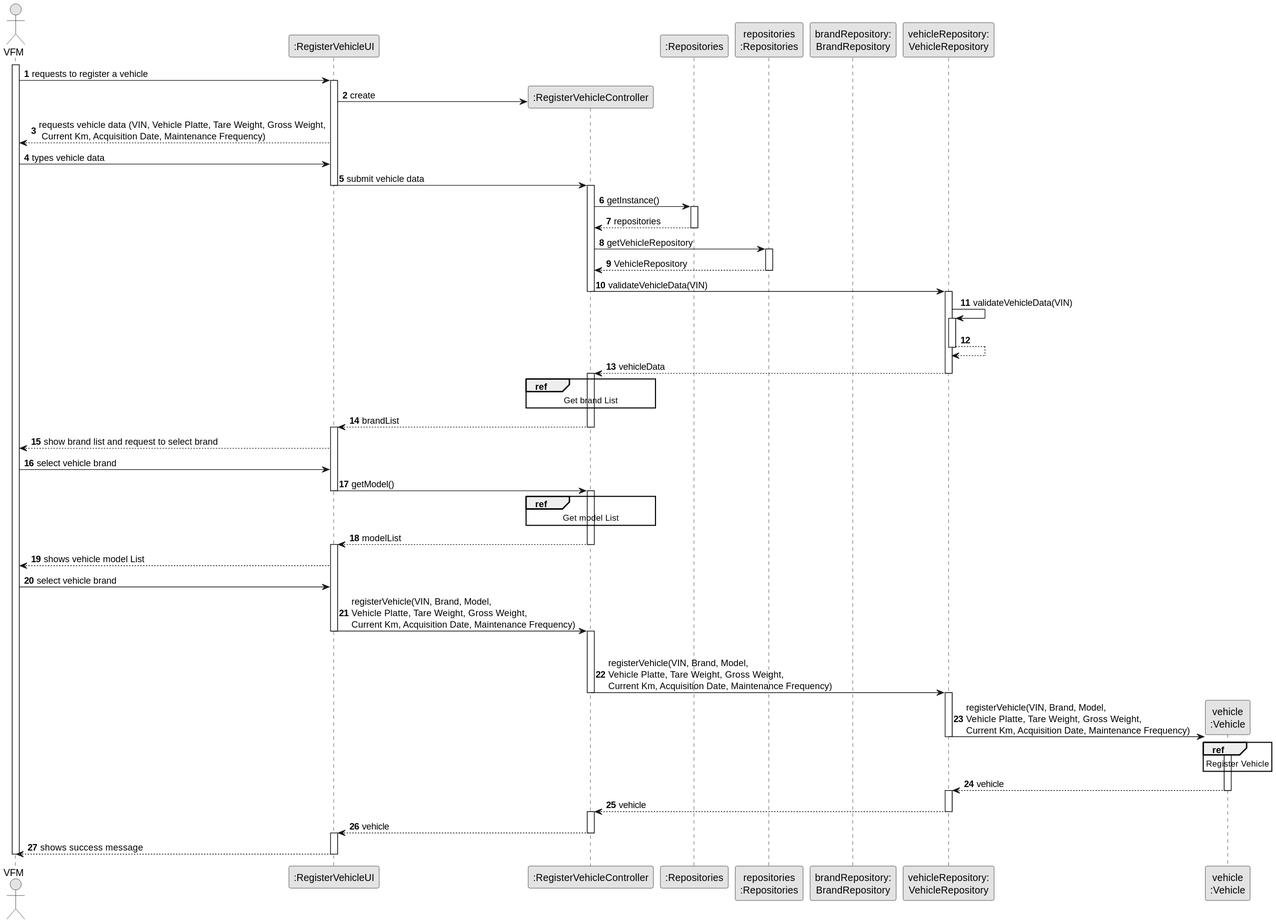
Earlier version of the PlantUML export docs/sprintB/us006/03.design/svg/us006-sequence-diagram-split.svg (ricardomm7/leaflink).
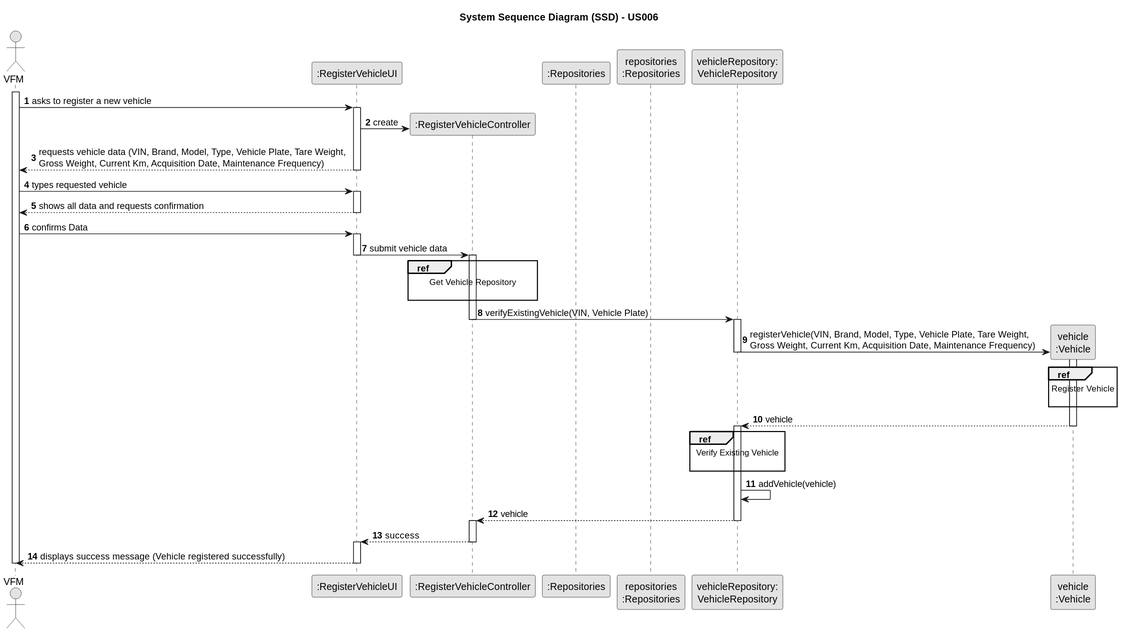
Above is the later version.

Change to the diagram source:
```diff
@@ -3,6 +3,7 @@
 skinparam packageStyle rectangle
 skinparam shadowing false
 
+title System Sequence Diagram (SSD) - US006
 
 autonumber
 
@@ -11,122 +12,77 @@
 participant ":RegisterVehicleController" as CTRL
 participant ":Repositories" as RepositorySingleton
 participant "repositories\n:Repositories" as PLAT
-participant "brandRepository:\nBrandRepository" as BrandRepository
 participant "vehicleRepository:\nVehicleRepository" as VehicleRepository
 participant "vehicle\n:Vehicle" as VEI
 
 activate VFM
 
-    VFM -> UI : requests to register a vehicle
+    VFM -> UI : asks to register a new vehicle
     activate UI
 
         UI -> CTRL** : create
 
-        UI --> VFM : requests vehicle data (VIN, Vehicle Platte, Tare Weight, Gross Weight,\n Current Km, Acquisition Date, Maintenance Frequency)
+        UI --> VFM : requests vehicle data (VIN, Brand, Model, Type, Vehicle Plate, Tare Weight, \nGross Weight, Current Km, Acquisition Date, Maintenance Frequency)
+        deactivate UI
 
-    VFM -> UI : types vehicle data
+    VFM -> UI : types requested vehicle
+    activate UI
+
+    UI --> VFM : shows all data and requests confirmation
+    deactivate UI
+
+    VFM -> UI: confirms Data
+    activate UI
 
         UI -> CTRL : submit vehicle data
         deactivate UI
         activate CTRL
 
-            CTRL -> RepositorySingleton: getInstance()
-            activate RepositorySingleton
+            ref over CTRL
+                                            Get Vehicle Repository
 
-            RepositorySingleton --> CTRL: repositories
-            deactivate RepositorySingleton
+                                        end ref
 
-            CTRL -> PLAT: getVehicleRepository
-            activate PLAT
+        CTRL -> VehicleRepository : verifyExistingVehicle(VIN, Vehicle Plate)
+        deactivate CTRL
 
-            PLAT --> CTRL: VehicleRepository
-            deactivate PLAT
-
-            CTRL -> VehicleRepository : validateVehicleData(VIN)
-            deactivate CTRL
             activate VehicleRepository
-
-            VehicleRepository -> VehicleRepository: validateVehicleData(VIN)
-            activate VehicleRepository
-
-            VehicleRepository --> VehicleRepository
-            deactivate VehicleRepository
-
-            VehicleRepository --> CTRL : vehicleData
-            deactivate VehicleRepository
-            activate CTRL
 
 
 
 
-            ref over CTRL
-                                            Get brand List
+            VehicleRepository -> VEI **: registerVehicle(VIN, Brand, Model, Type, Vehicle Plate, Tare Weight, \nGross Weight, Current Km, Acquisition Date, Maintenance Frequency)
+        deactivate VehicleRepository
+            activate VEI
+
+
+            ref over VEI
+                                            Register Vehicle
+
                                         end ref
 
-            CTRL --> UI: brandList
+            VEI --> VehicleRepository: vehicle
+            deactivate VEI
+            activate VehicleRepository
+
+            ref over VehicleRepository
+                                                                    Verify Existing Vehicle
+
+                                                                end ref
+
+
+            VehicleRepository -> VehicleRepository: addVehicle(vehicle)
+            VehicleRepository --> CTRL: vehicle
+                        deactivate VehicleRepository
+
+            activate CTRL
+
+
+            CTRL --> UI : success
             deactivate CTRL
             activate UI
 
-
-
-    UI --> VFM : show brand list and request to select brand
-
-    VFM -> UI : select vehicle brand
-
-    UI -> CTRL : getModel()
-    deactivate UI
-    activate CTRL
-
-        ref over CTRL
-                                            Get model List
-                                        end ref
-
-
-
-    CTRL --> UI: modelList
-    deactivate CTRL
-    activate UI
-
-
-    UI --> VFM : shows vehicle model List
-
-
-
-    VFM -> UI : select vehicle brand
-
-        UI -> CTRL : registerVehicle(VIN, Brand, Model, \nVehicle Platte, Tare Weight, Gross Weight, \nCurrent Km, Acquisition Date, Maintenance Frequency)
-        deactivate UI
-        activate CTRL
-
-            |||
-            CTRL -> VehicleRepository : registerVehicle(VIN, Brand, Model, \nVehicle Platte, Tare Weight, Gross Weight, \nCurrent Km, Acquisition Date, Maintenance Frequency)
-            deactivate CTRL
-            activate VehicleRepository
-
-                VehicleRepository -> VEI **: registerVehicle(VIN, Brand, Model, \nVehicle Platte, Tare Weight, Gross Weight, \nCurrent Km, Acquisition Date, Maintenance Frequency)
-                deactivate VehicleRepository
-                activate VEI
-
-                        ref over VEI
-                                                                    Register Vehicle
-                                                                end ref
-
-
-                 VEI --> VehicleRepository: vehicle
-                                deactivate VEI
-
-                activate VehicleRepository
-
-            VehicleRepository --> CTRL: vehicle
-            deactivate VehicleRepository
-            activate CTRL
-
-            CTRL --> UI: vehicle
-            deactivate CTRL
-
-activate UI
-
-        UI --> VFM : shows success message
+    UI --> VFM : displays success message (Vehicle registered successfully)
     deactivate UI
 
 deactivate VFM
```
